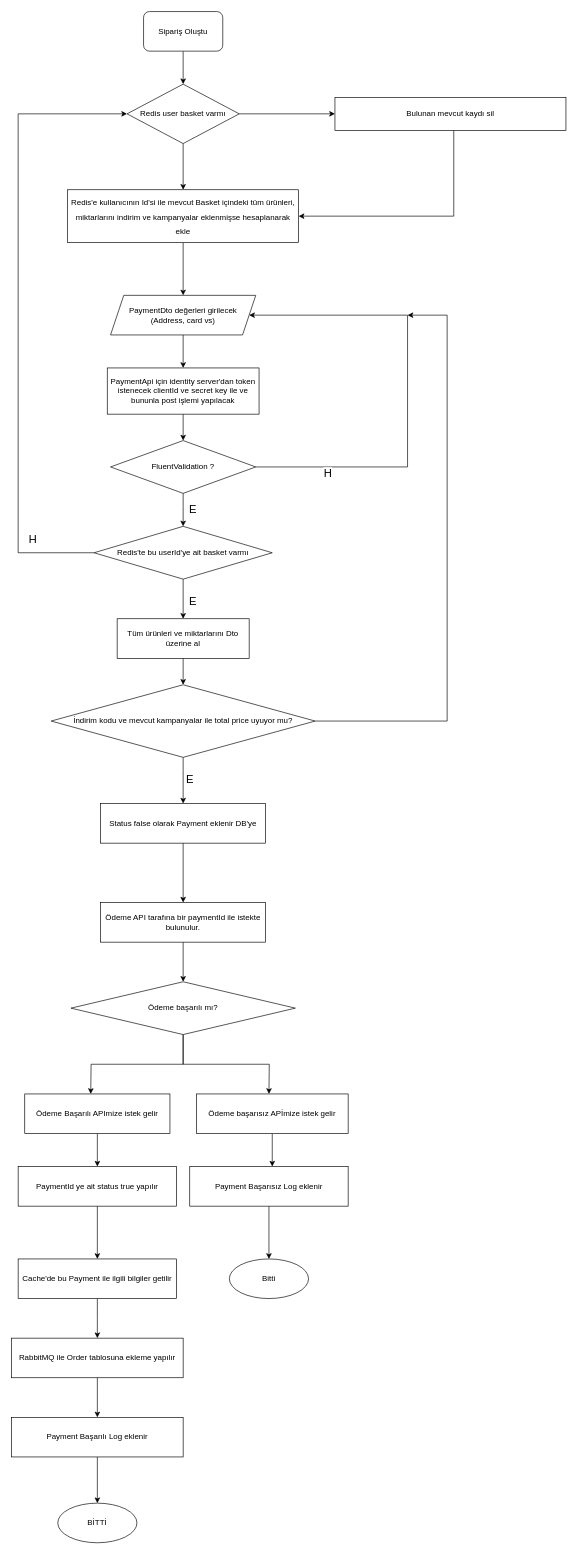
Before: FlowCharts/Payment.drawio in serhatayata/ECProject-Microservices, a draw.io diagram. Source tidied: cells renumbered, new cells numbered last; positions are measured from the earlier drawing's top-left corner, leaving out a move shared by most shapes. Both pictures are drawn from the tidied source at 66%, with x=0, y=0 at pixel (11, 11).
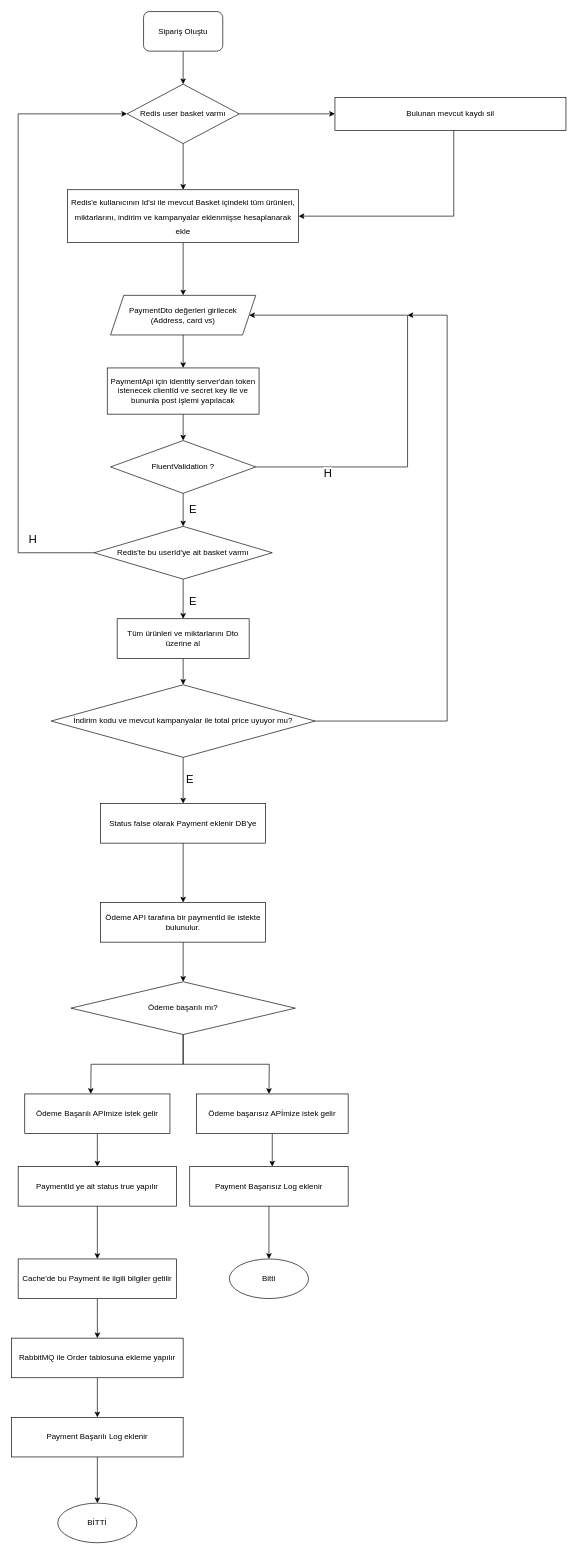
The same page after the edit.

The edit, as a diff of the source:
```diff
@@
-    <mxCell id="12" value="&lt;span style=&quot;font-size: 12px;&quot;&gt;Redis'e kullanıcının Id'si ile mevcut Basket içindeki tüm ürünleri, miktarlarını indirim ve kampanyalar eklenmişse hesaplanarak&lt;/span&gt;&lt;br style=&quot;font-size: 12px;&quot;&gt;&lt;span style=&quot;font-size: 12px;&quot;&gt;ekle&lt;/span&gt;" style="rounded=0;whiteSpace=wrap;html=1;fontSize=18;" parent="1" vertex="1">
+    <mxCell id="12" value="&lt;span style=&quot;font-size: 12px;&quot;&gt;Redis'e kullanıcının Id'si ile mevcut Basket içindeki tüm ürünleri, miktarlarını, indirim ve kampanyalar eklenmişse hesaplanarak&lt;/span&gt;&lt;br style=&quot;font-size: 12px;&quot;&gt;&lt;span style=&quot;font-size: 12px;&quot;&gt;ekle&lt;/span&gt;" style="rounded=0;whiteSpace=wrap;html=1;fontSize=18;" parent="1" vertex="1">
       <mxGeometry x="85" y="270" width="350" height="80" as="geometry" />
     </mxCell>
```
